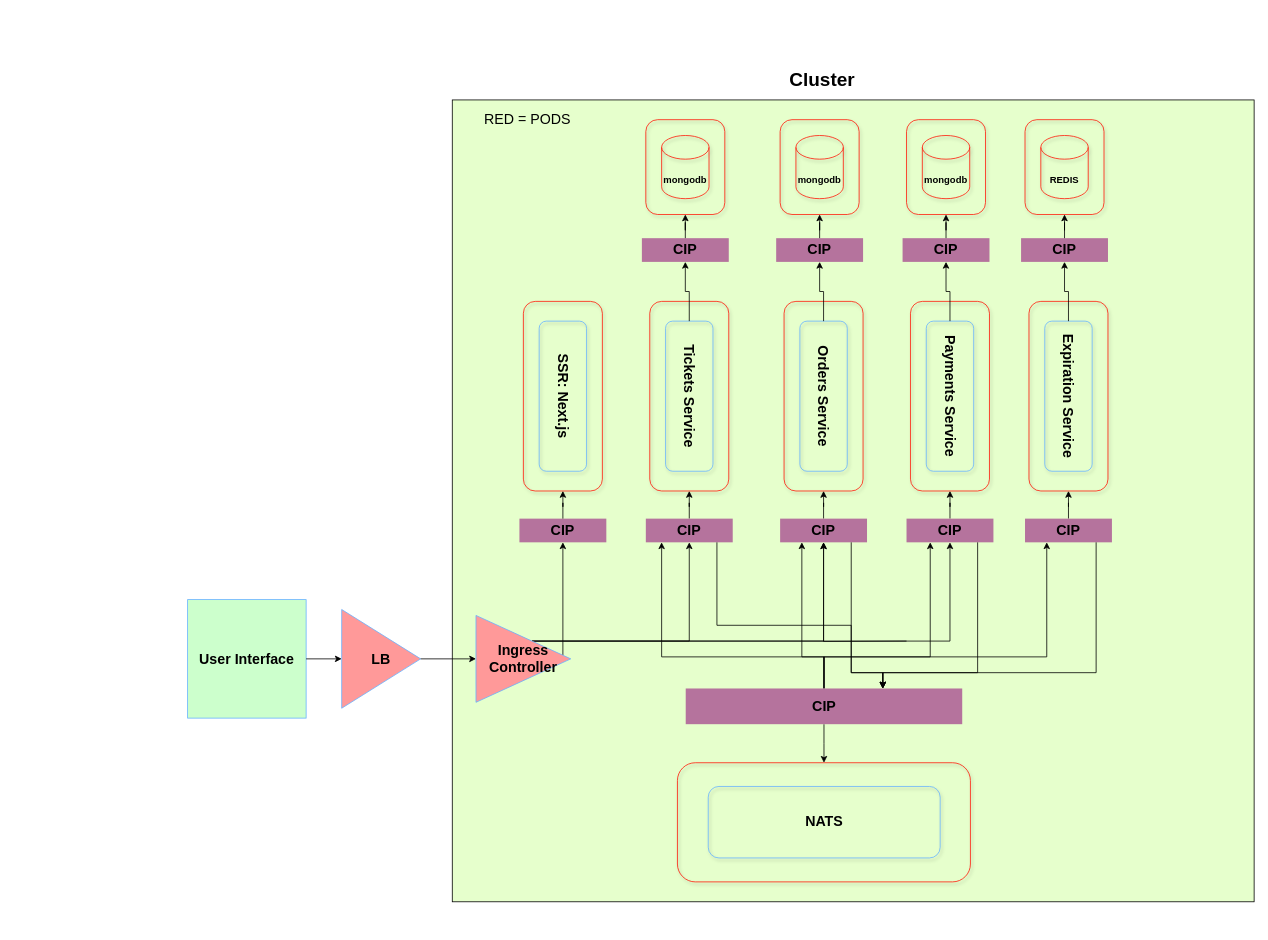
Above: readme/Cluster-Diagram.drawio in berkan-alci/MS-tickets-NATS (draw.io), before the change. Source tidied: cells renumbered, new cells numbered last; positions are measured from the earlier drawing's top-left corner, leaving out a move shared by most shapes. Both pictures are drawn from the tidied source at 79%, with x=0, y=0 at pixel (187, 72).
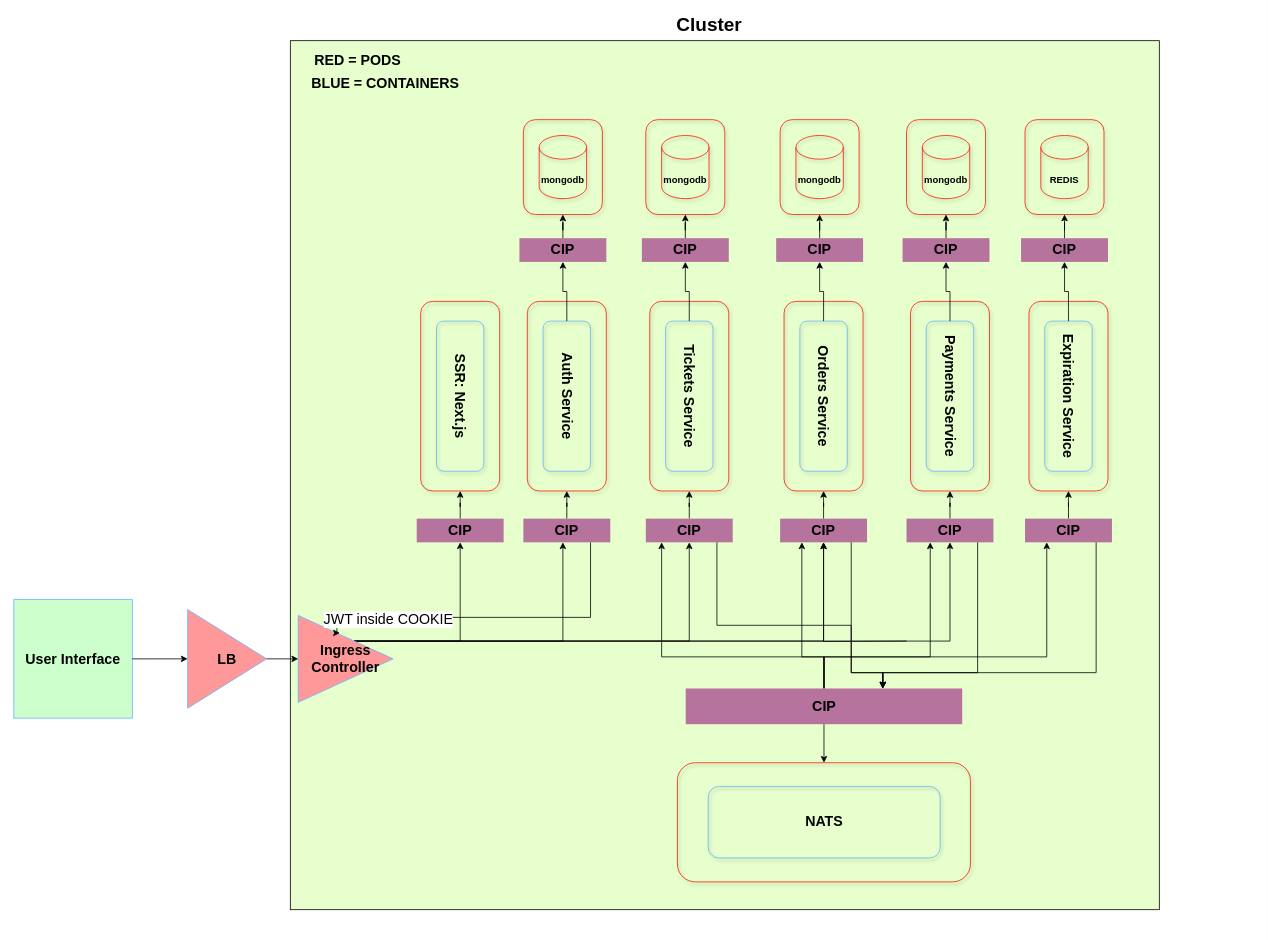
After the change.

The edit, as a diff of the source:
```diff
@@
     <mxCell id="2" value="&lt;b&gt;User Interface&lt;/b&gt;" style="whiteSpace=wrap;html=1;shadow=0;fontSize=18;strokeColor=#66B2FF;fillColor=#CCFFCC;" parent="1" vertex="1">
-      <mxGeometry y="667.5" width="150" height="150" as="geometry" />
+      <mxGeometry x="-220" y="667.5" width="150" height="150" as="geometry" />
     </mxCell>
     <mxCell id="3" style="whiteSpace=wrap;html=1;fillColor=#E6FFCC;" parent="1" vertex="1">
-      <mxGeometry x="335" y="35" width="1015" height="1015" as="geometry" />
+      <mxGeometry x="130" y="-40" width="1100" height="1100" as="geometry" />
     </mxCell>
     <mxCell id="4" value="&lt;font style=&quot;font-size: 24px&quot;&gt;&lt;b&gt;Cluster&lt;/b&gt;&lt;/font&gt;" style="text;html=1;align=center;verticalAlign=middle;strokeColor=none;fillColor=none;" parent="1" vertex="1">
-      <mxGeometry x="752.5" width="100" height="20" as="geometry" />
+      <mxGeometry x="610" y="-70" width="100" height="20" as="geometry" />
     </mxCell>
-    <mxCell id="5" style="group;" parent="1" vertex="1">
-      <mxGeometry x="420" y="290" width="110" height="305" as="geometry" />
-    </mxCell>
-    <mxCell id="6" value="&lt;b&gt;CIP&lt;/b&gt;" style="rounded=0;whiteSpace=wrap;html=1;shadow=0;fontSize=18;strokeColor=none;fillColor=#B5739D;" parent="5" vertex="1">
-      <mxGeometry y="275" width="110" height="30" as="geometry" />
-    </mxCell>
-    <mxCell id="7" style="group;" parent="5" vertex="1">
-      <mxGeometry x="5" width="100" height="240" as="geometry" />
-    </mxCell>
-    <mxCell id="8" style="group;" parent="7" vertex="1">
-      <mxGeometry width="100" height="240" as="geometry" />
-    </mxCell>
-    <mxCell id="9" style="rounded=1;whiteSpace=wrap;html=1;shadow=1;fontSize=24;strokeColor=#FF1808;fillColor=none;rotation=90;" parent="8" vertex="1">
-      <mxGeometry x="-70" y="70" width="240" height="100" as="geometry" />
-    </mxCell>
-    <mxCell id="10" value="&lt;font style=&quot;font-size: 18px&quot;&gt;&lt;b&gt;SSR: Next.js&lt;br&gt;&lt;/b&gt;&lt;/font&gt;" style="rounded=1;whiteSpace=wrap;html=1;shadow=1;fontSize=12;strokeColor=#66B2FF;fillColor=none;rotation=90;" parent="8" vertex="1">
-      <mxGeometry x="-45" y="90" width="190" height="60" as="geometry" />
-    </mxCell>
-    <mxCell id="11" style="edgeStyle=orthogonalEdgeStyle;rounded=0;jettySize=auto;html=1;entryX=1;entryY=0.5;entryDx=0;entryDy=0;fontSize=18;" parent="5" edge="1" source="6" target="9">
-      <mxGeometry relative="1" as="geometry" />
-    </mxCell>
@@
-    <mxCell id="26" value="&lt;font style=&quot;font-size: 18px&quot;&gt;RED = PODS&lt;/font&gt;" style="text;html=1;align=center;verticalAlign=middle;strokeColor=none;fillColor=none;fontSize=18;" parent="1" vertex="1">
-      <mxGeometry x="365" y="45" width="130" height="30" as="geometry" />
+    <mxCell id="26" value="&lt;font style=&quot;font-size: 18px&quot;&gt;&lt;b&gt;RED = PODS&lt;/b&gt;&lt;/font&gt;" style="text;html=1;align=center;verticalAlign=middle;strokeColor=none;fillColor=none;fontSize=18;" parent="1" vertex="1">
+      <mxGeometry x="150" y="-30" width="130" height="30" as="geometry" />
     </mxCell>
@@
     <mxCell id="72" value="&lt;b&gt;LB&lt;/b&gt;" style="triangle;whiteSpace=wrap;html=1;shadow=0;fontSize=18;strokeColor=#66B2FF;fillColor=#FF9999;" parent="1" vertex="1">
-      <mxGeometry x="195" y="680" width="100" height="125" as="geometry" />
+      <mxGeometry y="680" width="100" height="125" as="geometry" />
     </mxCell>
-    <mxCell id="73" style="edgeStyle=orthogonalEdgeStyle;rounded=0;jettySize=auto;html=1;entryX=0.5;entryY=1;entryDx=0;entryDy=0;fontSize=18;" parent="1" edge="1" source="77" target="6">
+    <mxCell id="73" style="edgeStyle=orthogonalEdgeStyle;rounded=0;jettySize=auto;html=1;entryX=0.5;entryY=1;entryDx=0;entryDy=0;fontSize=18;" parent="1" edge="1" source="77">
       <mxGeometry relative="1" as="geometry">
+        <mxPoint x="475" y="595" as="targetPoint" />
         <Array as="points">
-          <mxPoint x="475" y="690" />
-          <mxPoint x="475" y="690" />
+          <mxPoint x="475" y="720" />
         </Array>
       </mxGeometry>
     </mxCell>
@@
+    <mxCell id="97" style="edgeStyle=orthogonalEdgeStyle;rounded=0;jettySize=auto;html=1;entryX=0.5;entryY=1;entryDx=0;entryDy=0;shadow=0;fontSize=18;strokeColor=#000000;fillColor=#0829FF;" parent="1" edge="1" source="77" target="98">
+      <mxGeometry relative="1" as="geometry">
+        <Array as="points">
+          <mxPoint x="345" y="720" />
+        </Array>
+      </mxGeometry>
+    </mxCell>
     <mxCell id="77" value="&lt;b&gt;Ingress Controller&lt;/b&gt;" style="triangle;whiteSpace=wrap;html=1;shadow=0;fontSize=18;strokeColor=#66B2FF;fillColor=#FF9999;" parent="1" vertex="1">
-      <mxGeometry x="365" y="687.5" width="120" height="110" as="geometry" />
+      <mxGeometry x="140" y="687.5" width="120" height="110" as="geometry" />
     </mxCell>
@@
+    <mxCell id="98" value="&lt;b&gt;CIP&lt;/b&gt;" style="rounded=0;whiteSpace=wrap;html=1;shadow=0;fontSize=18;strokeColor=none;fillColor=#B5739D;" parent="1" vertex="1">
+      <mxGeometry x="290" y="565" width="110" height="30" as="geometry" />
+    </mxCell>
+    <mxCell id="99" style="group;" parent="1" vertex="1">
+      <mxGeometry x="295" y="290" width="100" height="240" as="geometry" />
+    </mxCell>
+    <mxCell id="8" style="group;" parent="99" vertex="1">
+      <mxGeometry width="100" height="240" as="geometry" />
+    </mxCell>
+    <mxCell id="100" style="rounded=1;whiteSpace=wrap;html=1;shadow=1;fontSize=24;strokeColor=#FF1808;fillColor=none;rotation=90;" parent="8" vertex="1">
+      <mxGeometry x="-70" y="70" width="240" height="100" as="geometry" />
+    </mxCell>
+    <mxCell id="10" value="&lt;font style=&quot;font-size: 18px&quot;&gt;&lt;b&gt;SSR: Next.js&lt;br&gt;&lt;/b&gt;&lt;/font&gt;" style="rounded=1;whiteSpace=wrap;html=1;shadow=1;fontSize=12;strokeColor=#66B2FF;fillColor=none;rotation=90;" parent="8" vertex="1">
+      <mxGeometry x="-45" y="90" width="190" height="60" as="geometry" />
+    </mxCell>
+    <mxCell id="101" style="edgeStyle=orthogonalEdgeStyle;rounded=0;jettySize=auto;html=1;entryX=1;entryY=0.5;entryDx=0;entryDy=0;fontSize=18;" parent="1" edge="1" source="98" target="100">
+      <mxGeometry relative="1" as="geometry" />
+    </mxCell>
+    <mxCell id="102" value="&lt;b&gt;CIP&lt;/b&gt;" style="rounded=0;whiteSpace=wrap;html=1;shadow=0;fontSize=18;strokeColor=none;fillColor=#B5739D;" parent="1" vertex="1">
+      <mxGeometry x="420" y="210" width="110" height="30" as="geometry" />
+    </mxCell>
+    <mxCell id="103" style="group;" parent="1" vertex="1">
+      <mxGeometry x="425" y="60" width="100" height="120" as="geometry" />
+    </mxCell>
+    <mxCell id="104" style="group;" parent="103" vertex="1">
+      <mxGeometry width="100" height="120" as="geometry" />
+    </mxCell>
+    <mxCell id="105" style="rounded=1;whiteSpace=wrap;html=1;shadow=1;fontSize=24;strokeColor=#FF1808;fillColor=none;rotation=90;" parent="104" vertex="1">
+      <mxGeometry x="-10" y="10" width="120" height="100" as="geometry" />
+    </mxCell>
+    <mxCell id="106" value="&lt;font style=&quot;font-size: 12px&quot;&gt;&lt;b&gt;mongodb&lt;/b&gt;&lt;/font&gt;" style="shape=cylinder3;whiteSpace=wrap;html=1;boundedLbl=1;backgroundOutline=1;size=15;shadow=1;fontSize=24;strokeColor=#FF1808;fillColor=none;" parent="104" vertex="1">
+      <mxGeometry x="20" y="20" width="60" height="80" as="geometry" />
+    </mxCell>
+    <mxCell id="107" style="group;" parent="1" vertex="1">
+      <mxGeometry x="430" y="290" width="100" height="240" as="geometry" />
+    </mxCell>
+    <mxCell id="108" style="rounded=1;whiteSpace=wrap;html=1;shadow=1;fontSize=24;strokeColor=#FF1808;fillColor=none;rotation=90;" parent="107" vertex="1">
+      <mxGeometry x="-70" y="70" width="240" height="100" as="geometry" />
+    </mxCell>
+    <mxCell id="109" value="&lt;font style=&quot;font-size: 18px&quot;&gt;&lt;b&gt;Auth Service&lt;/b&gt;&lt;/font&gt;" style="rounded=1;whiteSpace=wrap;html=1;shadow=1;fontSize=12;strokeColor=#66B2FF;fillColor=none;rotation=90;" parent="107" vertex="1">
+      <mxGeometry x="-45" y="90" width="190" height="60" as="geometry" />
+    </mxCell>
+    <mxCell id="110" style="edgeStyle=orthogonalEdgeStyle;rounded=0;jettySize=auto;html=1;entryX=0.5;entryY=1;entryDx=0;entryDy=0;fontSize=18;" parent="1" edge="1" source="109" target="102">
+      <mxGeometry relative="1" as="geometry" />
+    </mxCell>
+    <mxCell id="111" style="edgeStyle=orthogonalEdgeStyle;rounded=0;jettySize=auto;html=1;entryX=1;entryY=0.5;entryDx=0;entryDy=0;fontSize=18;" parent="1" edge="1" source="102" target="105">
+      <mxGeometry relative="1" as="geometry" />
+    </mxCell>
+    <mxCell id="112" style="edgeStyle=orthogonalEdgeStyle;rounded=0;jettySize=auto;html=1;entryX=1;entryY=0.5;entryDx=0;entryDy=0;shadow=0;fontSize=18;strokeColor=#000000;fillColor=#0829FF;" parent="1" edge="1" source="115" target="108">
+      <mxGeometry relative="1" as="geometry" />
+    </mxCell>
+    <mxCell id="113" style="edgeStyle=orthogonalEdgeStyle;rounded=0;jettySize=auto;html=1;entryX=0.439;entryY=0.202;entryDx=0;entryDy=0;entryPerimeter=0;shadow=0;fontSize=18;strokeColor=#000000;fillColor=#0829FF;" parent="1" edge="1" source="115" target="77">
+      <mxGeometry relative="1" as="geometry">
+        <Array as="points">
+          <mxPoint x="510" y="690" />
+          <mxPoint x="189" y="690" />
+          <mxPoint x="189" y="710" />
+        </Array>
+      </mxGeometry>
+    </mxCell>
+    <mxCell id="114" value="JWT inside COOKIE" style="edgeLabel;html=1;align=center;verticalAlign=middle;fontSize=18;" parent="113" vertex="1">
+      <mxGeometry x="0.6" y="2" relative="1" as="geometry" />
+    </mxCell>
+    <mxCell id="115" value="&lt;b&gt;CIP&lt;/b&gt;" style="rounded=0;whiteSpace=wrap;html=1;shadow=0;fontSize=18;strokeColor=none;fillColor=#B5739D;" parent="1" vertex="1">
+      <mxGeometry x="425" y="565" width="110" height="30" as="geometry" />
+    </mxCell>
+    <mxCell id="116" value="&lt;b&gt;BLUE = CONTAINERS&lt;/b&gt;" style="text;html=1;align=center;verticalAlign=middle;strokeColor=none;fillColor=none;fontSize=18;" parent="1" vertex="1">
+      <mxGeometry x="150" width="200" height="30" as="geometry" />
+    </mxCell>
```
